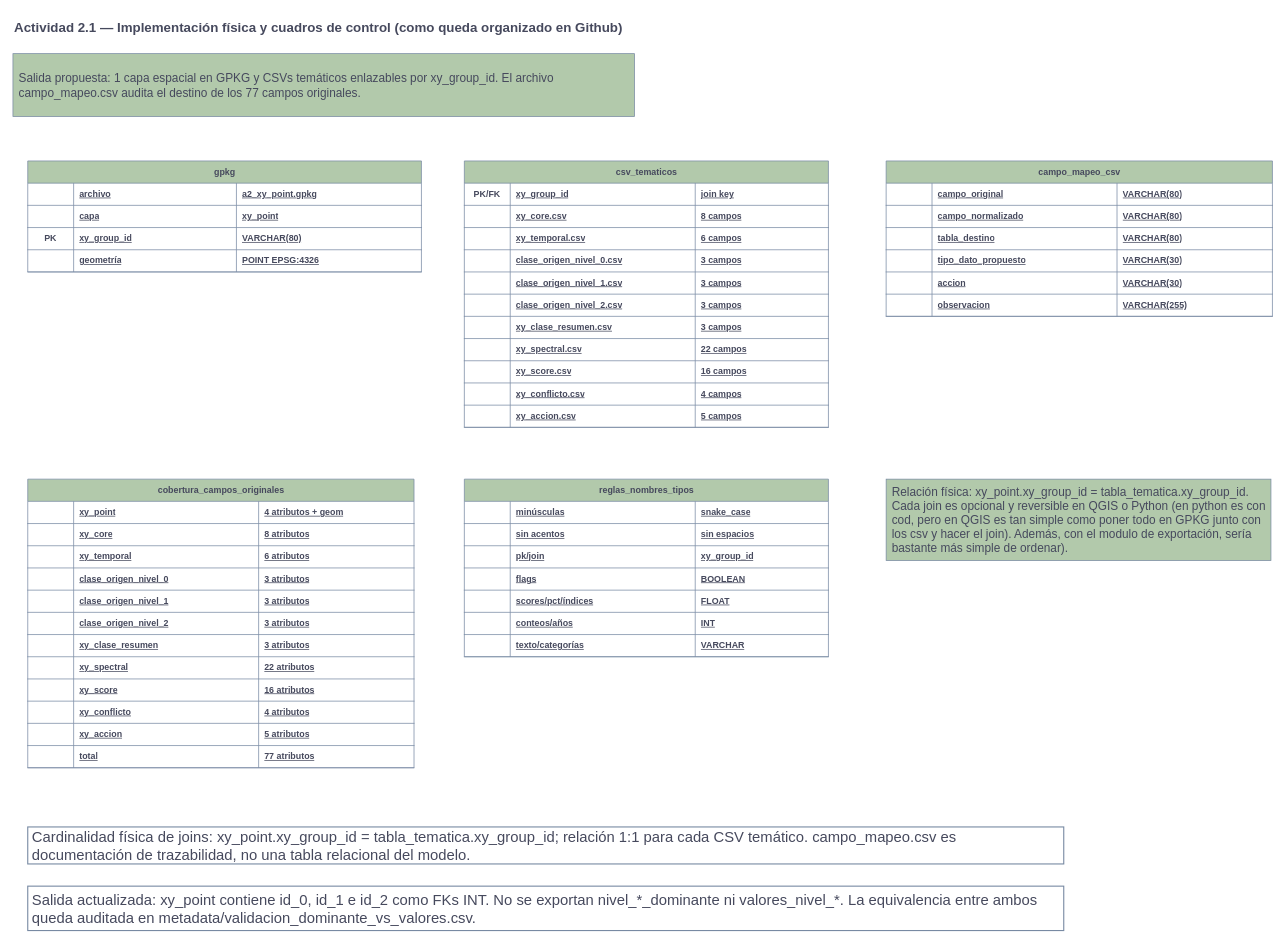
Before: page "03_implementacion_fisica" (3 of 3) of docs/A2.1_normalizacion/propuesta_normalizacion/actividad_2_1_modelo_ordenado.drawio in CrisVolcano/PGBM_actividad_1_diagnostico, a draw.io diagram. Source tidied: cells renumbered, new cells numbered last; positions are measured from the earlier drawing's top-left corner, leaving out a move shared by most shapes. Both pictures are drawn from the tidied source at 74%, with x=0, y=0 at pixel (13, 13).
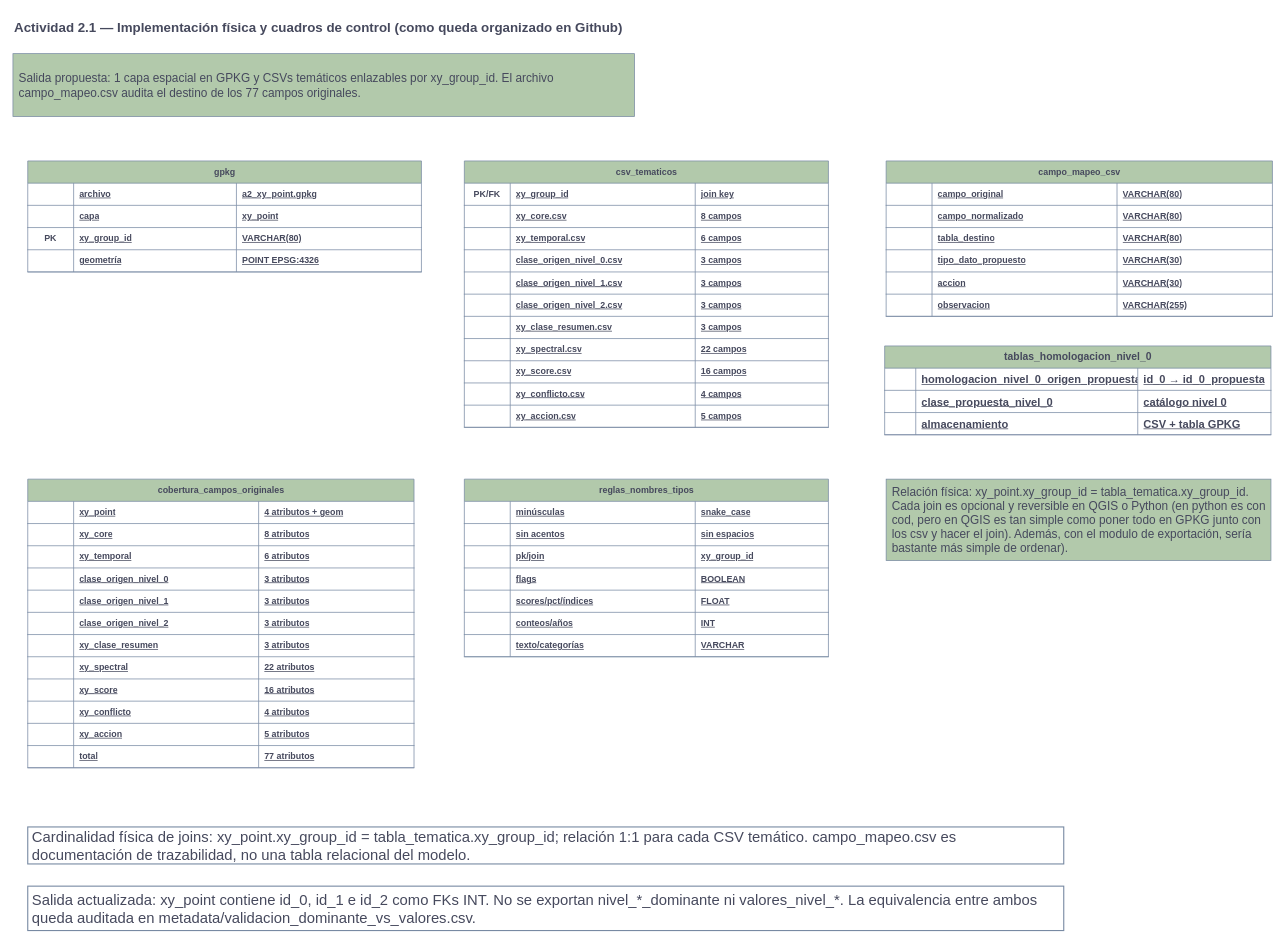
The same diagram, later.

Diff of the diagram source:
```diff
@@
+    <mxCell id="172" value="tablas_homologacion_nivel_0" style="shape=table;startSize=30;childLayout=tableLayout;rowLines=0;fontStyle=1;align=center;html=1;labelBackgroundColor=none;fillColor=#B2C9AB;strokeColor=#788AA3;fontColor=#46495D;fontSize=14;" parent="1" vertex="1">
+      <mxGeometry x="1178" y="450" width="522" height="120" as="geometry" />
+    </mxCell>
+    <mxCell id="173" style="shape=tableRow;horizontal=0;startSize=0;swimlaneHead=0;swimlaneBody=0;fillColor=none;top=0;left=0;right=0;bottom=1;labelBackgroundColor=none;strokeColor=#788AA3;fontColor=#46495D;fontSize=15;" parent="172" vertex="1">
+      <mxGeometry y="30" width="522" height="30" as="geometry" />
+    </mxCell>
+    <mxCell id="174" style="shape=partialRectangle;fillColor=none;top=0;left=0;bottom=0;right=0;overflow=hidden;whiteSpace=wrap;html=1;labelBackgroundColor=none;strokeColor=#788AA3;fontColor=#46495D;fontStyle=1;align=center;fontSize=15;" parent="173" vertex="1">
+      <mxGeometry width="42" height="30" as="geometry" />
+    </mxCell>
+    <mxCell id="175" value="homologacion_nivel_0_origen_propuesta" style="shape=partialRectangle;fillColor=none;top=0;left=0;bottom=0;right=0;overflow=hidden;whiteSpace=wrap;html=1;labelBackgroundColor=none;strokeColor=#788AA3;fontColor=#46495D;align=left;spacingLeft=6;fontStyle=5;fontSize=15;" parent="173" vertex="1">
+      <mxGeometry x="42" width="300" height="30" as="geometry" />
+    </mxCell>
+    <mxCell id="176" value="id_0 → id_0_propuesta" style="shape=partialRectangle;fillColor=none;top=0;left=0;bottom=0;right=0;overflow=hidden;whiteSpace=wrap;html=1;labelBackgroundColor=none;strokeColor=#788AA3;fontColor=#46495D;align=left;spacingLeft=6;fontStyle=5;fontSize=15;" parent="173" vertex="1">
+      <mxGeometry x="342" width="180" height="30" as="geometry" />
+    </mxCell>
+    <mxCell id="177" style="shape=tableRow;horizontal=0;startSize=0;swimlaneHead=0;swimlaneBody=0;fillColor=none;top=0;left=0;right=0;bottom=1;labelBackgroundColor=none;strokeColor=#788AA3;fontColor=#46495D;fontSize=15;" parent="172" vertex="1">
+      <mxGeometry y="60" width="522" height="30" as="geometry" />
+    </mxCell>
+    <mxCell id="178" style="shape=partialRectangle;fillColor=none;top=0;left=0;bottom=0;right=0;overflow=hidden;whiteSpace=wrap;html=1;labelBackgroundColor=none;strokeColor=#788AA3;fontColor=#46495D;fontStyle=1;align=center;fontSize=15;" parent="177" vertex="1">
+      <mxGeometry width="42" height="30" as="geometry" />
+    </mxCell>
+    <mxCell id="179" value="clase_propuesta_nivel_0" style="shape=partialRectangle;fillColor=none;top=0;left=0;bottom=0;right=0;overflow=hidden;whiteSpace=wrap;html=1;labelBackgroundColor=none;strokeColor=#788AA3;fontColor=#46495D;align=left;spacingLeft=6;fontStyle=5;fontSize=15;" parent="177" vertex="1">
+      <mxGeometry x="42" width="300" height="30" as="geometry" />
+    </mxCell>
+    <mxCell id="180" value="catálogo nivel 0" style="shape=partialRectangle;fillColor=none;top=0;left=0;bottom=0;right=0;overflow=hidden;whiteSpace=wrap;html=1;labelBackgroundColor=none;strokeColor=#788AA3;fontColor=#46495D;align=left;spacingLeft=6;fontStyle=5;fontSize=15;" parent="177" vertex="1">
+      <mxGeometry x="342" width="180" height="30" as="geometry" />
+    </mxCell>
+    <mxCell id="181" style="shape=tableRow;horizontal=0;startSize=0;swimlaneHead=0;swimlaneBody=0;fillColor=none;top=0;left=0;right=0;bottom=1;labelBackgroundColor=none;strokeColor=#788AA3;fontColor=#46495D;fontSize=15;" parent="172" vertex="1">
+      <mxGeometry y="90" width="522" height="30" as="geometry" />
+    </mxCell>
+    <mxCell id="182" style="shape=partialRectangle;fillColor=none;top=0;left=0;bottom=0;right=0;overflow=hidden;whiteSpace=wrap;html=1;labelBackgroundColor=none;strokeColor=#788AA3;fontColor=#46495D;fontStyle=1;align=center;fontSize=15;" parent="181" vertex="1">
+      <mxGeometry width="42" height="30" as="geometry" />
+    </mxCell>
+    <mxCell id="183" value="almacenamiento" style="shape=partialRectangle;fillColor=none;top=0;left=0;bottom=0;right=0;overflow=hidden;whiteSpace=wrap;html=1;labelBackgroundColor=none;strokeColor=#788AA3;fontColor=#46495D;align=left;spacingLeft=6;fontStyle=5;fontSize=15;" parent="181" vertex="1">
+      <mxGeometry x="42" width="300" height="30" as="geometry" />
+    </mxCell>
+    <mxCell id="184" value="CSV + tabla GPKG" style="shape=partialRectangle;fillColor=none;top=0;left=0;bottom=0;right=0;overflow=hidden;whiteSpace=wrap;html=1;labelBackgroundColor=none;strokeColor=#788AA3;fontColor=#46495D;align=left;spacingLeft=6;fontStyle=5;fontSize=15;" parent="181" vertex="1">
+      <mxGeometry x="342" width="180" height="30" as="geometry" />
+    </mxCell>
```
